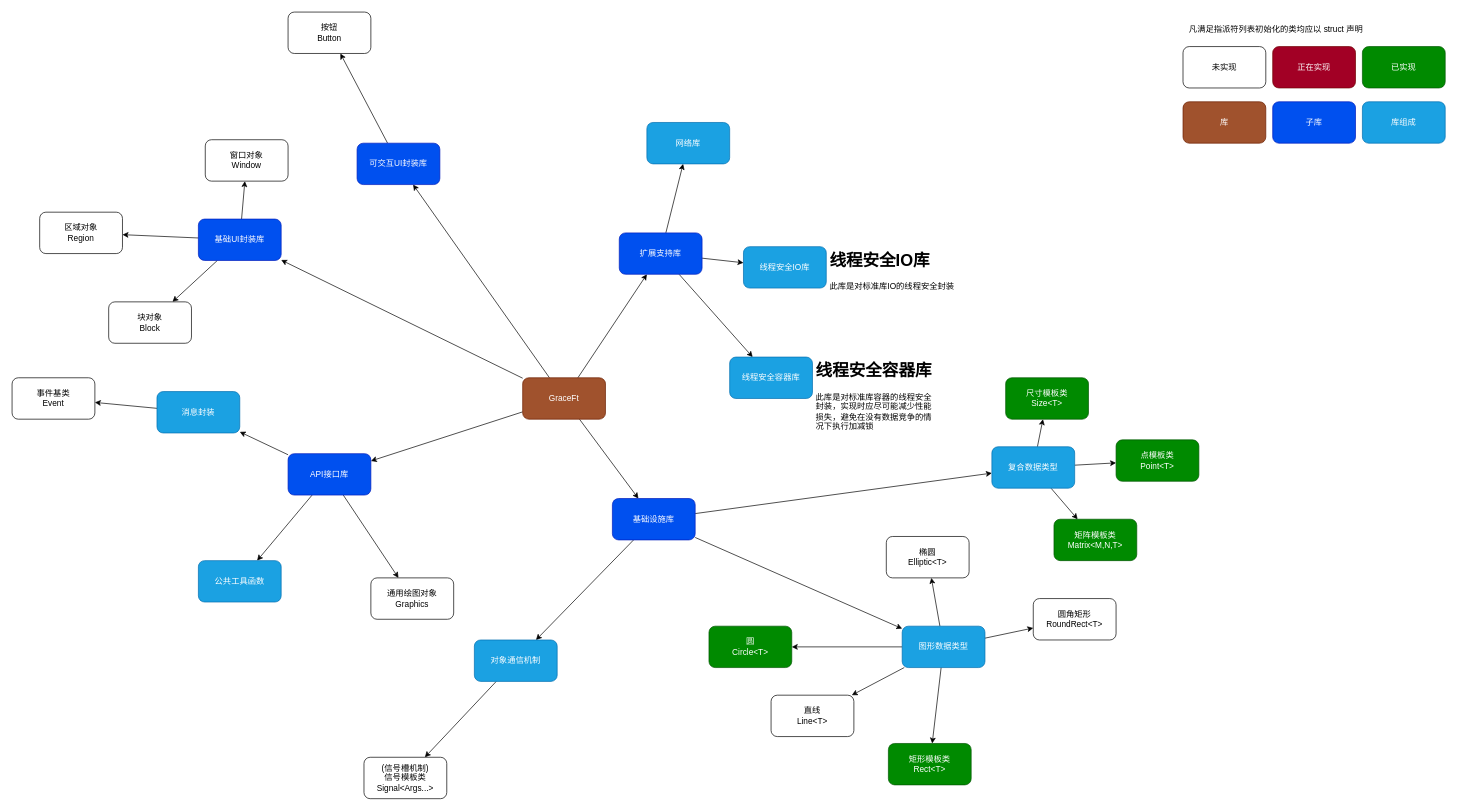
The draw.io diagram des.dio in Anglebase/GraceFt, before the edit. Source tidied: cells renumbered, new cells numbered last; positions are measured from the earlier drawing's top-left corner, leaving out a move shared by most shapes. Both pictures are drawn from the tidied source at 69%, with x=0, y=0 at pixel (12, 12).
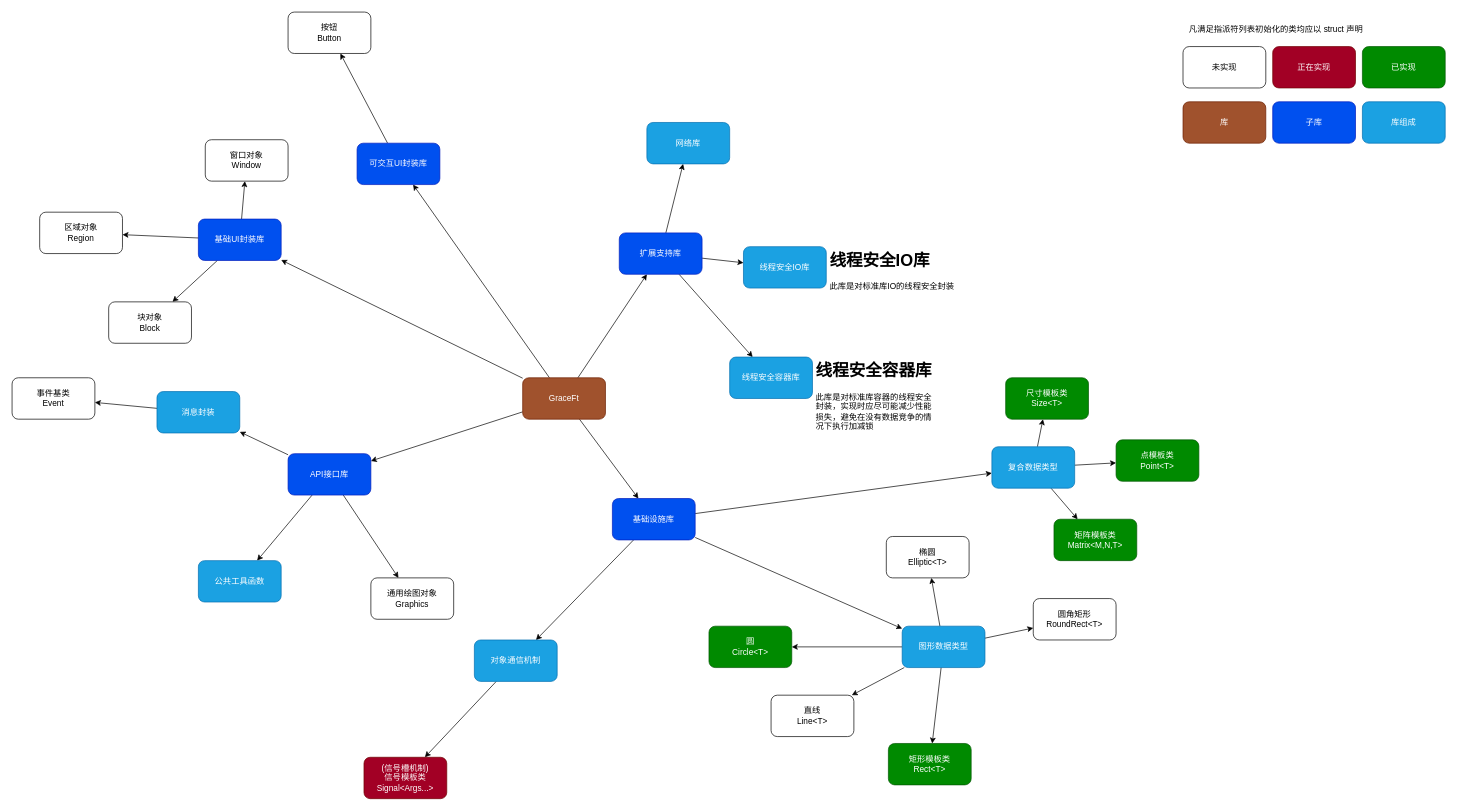
The same page after the edit.

Diff of the diagram source:
```diff
@@
-    <mxCell id="25" value="(信号槽机制)&lt;br&gt;信号模板类&lt;br&gt;Signal&amp;lt;Args...&amp;gt;" style="rounded=1;whiteSpace=wrap;html=1;" parent="1" vertex="1">
+    <mxCell id="25" value="(信号槽机制)&lt;br&gt;信号模板类&lt;br&gt;Signal&amp;lt;Args...&amp;gt;" style="rounded=1;whiteSpace=wrap;html=1;fillColor=#a20025;fontColor=#ffffff;strokeColor=#6F0000;" parent="1" vertex="1">
       <mxGeometry x="510" y="1080" width="120" height="60" as="geometry" />
     </mxCell>
```
